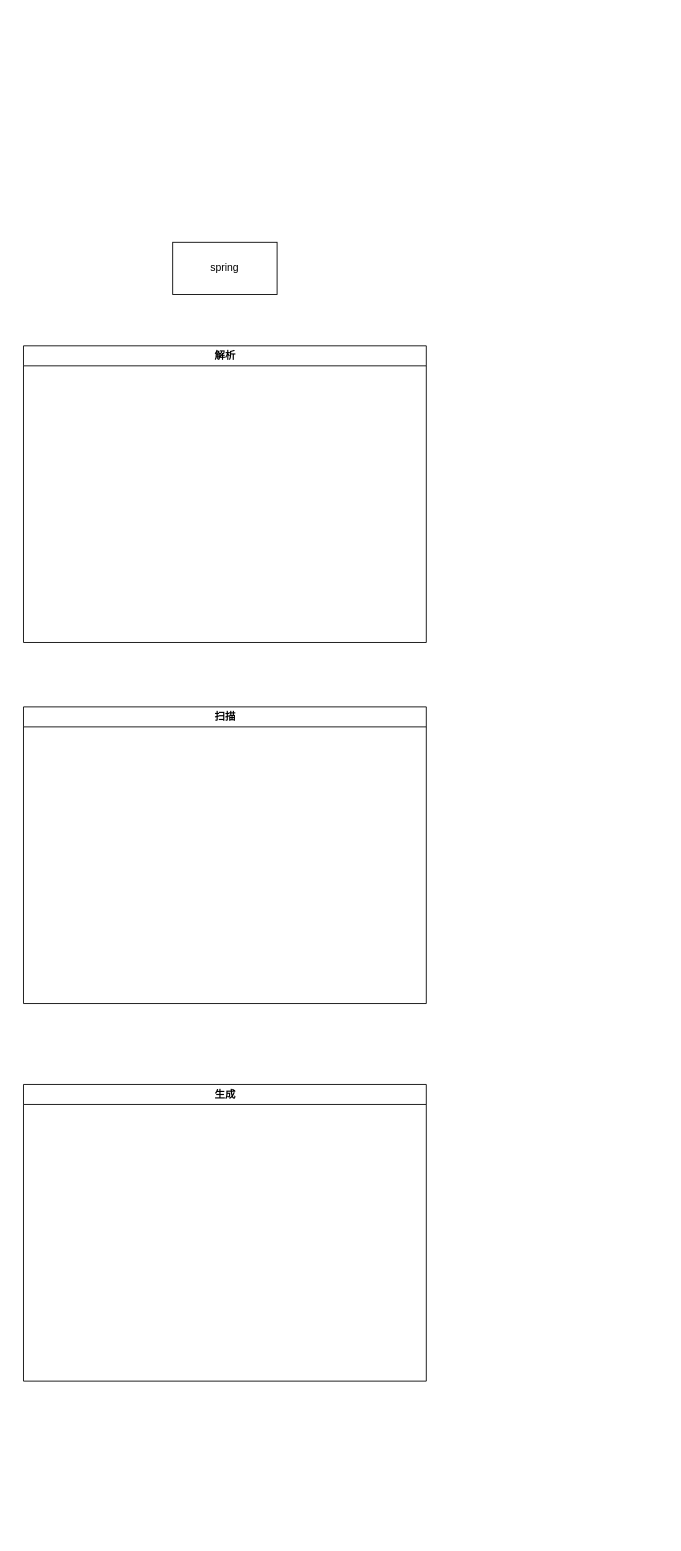
Earlier version of the draw.io diagram spring全家桶/spring.drawio (kangkangbs/draw). Source tidied: cells renumbered, new cells numbered last; positions are measured from the earlier drawing's top-left corner, leaving out a move shared by most shapes. Both pictures are drawn from the tidied source at 87%, with x=0, y=0 at pixel (23, 242).
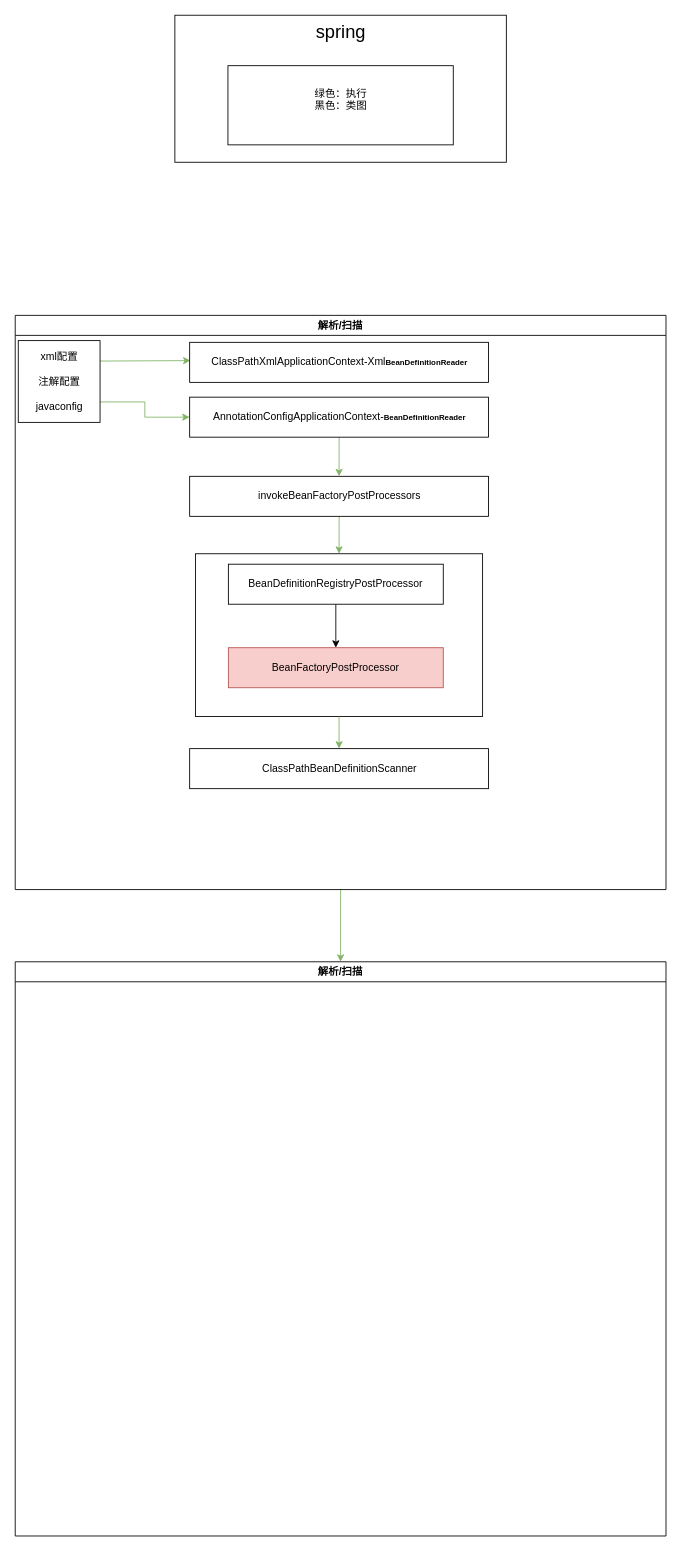
The same diagram, later.

Change to the diagram source:
```diff
@@
-    <mxCell id="2" value="spring" style="rounded=0;whiteSpace=wrap;html=1;" parent="1" vertex="1">
-      <mxGeometry x="172" width="120" height="60" as="geometry" />
+    <mxCell id="2" value="&lt;font style=&quot;font-size: 21px;&quot;&gt;spring&lt;/font&gt;" style="rounded=0;whiteSpace=wrap;html=1;align=center;verticalAlign=top;" parent="1" vertex="1">
+      <mxGeometry x="174.5" y="-261" width="381" height="169" as="geometry" />
     </mxCell>
+    <mxCell id="6" style="edgeStyle=orthogonalEdgeStyle;rounded=0;jettySize=auto;html=1;entryX=0.5;entryY=0;entryDx=0;entryDy=0;fillColor=#d5e8d4;strokeColor=#82b366;" parent="1" edge="1" source="3" target="22">
+      <mxGeometry relative="1" as="geometry" />
+    </mxCell>
-    <mxCell id="3" value="解析" style="swimlane;whiteSpace=wrap;html=1;" parent="1" vertex="1">
-      <mxGeometry x="0.5" y="119" width="463" height="341" as="geometry" />
+    <mxCell id="3" value="解析/扫描" style="swimlane;whiteSpace=wrap;html=1;" parent="1" vertex="1">
+      <mxGeometry x="-9" y="84" width="748" height="660" as="geometry" />
     </mxCell>
-    <mxCell id="4" value="生成" style="swimlane;whiteSpace=wrap;html=1;startSize=23;" parent="1" vertex="1">
-      <mxGeometry x="0.5" y="968" width="463" height="341" as="geometry" />
-    </mxCell>
-    <mxCell id="5" value="扫描" style="swimlane;whiteSpace=wrap;html=1;" parent="1" vertex="1">
-      <mxGeometry x="0.5" y="534" width="463" height="341" as="geometry" />
-    </mxCell>
+    <mxCell id="7" style="edgeStyle=orthogonalEdgeStyle;rounded=0;jettySize=auto;html=1;exitX=1;exitY=0.25;exitDx=0;exitDy=0;entryX=0;entryY=0.5;entryDx=0;entryDy=0;fillColor=#d5e8d4;strokeColor=#82b366;" parent="3" edge="1" source="9">
+      <mxGeometry relative="1" as="geometry">
+        <mxPoint x="201.5" y="52" as="targetPoint" />
+      </mxGeometry>
+    </mxCell>
+    <mxCell id="8" style="edgeStyle=orthogonalEdgeStyle;rounded=0;jettySize=auto;html=1;exitX=1;exitY=0.75;exitDx=0;exitDy=0;entryX=0;entryY=0.5;entryDx=0;entryDy=0;fillColor=#d5e8d4;strokeColor=#82b366;" parent="3" edge="1" source="9" target="11">
+      <mxGeometry relative="1" as="geometry" />
+    </mxCell>
+    <mxCell id="9" value="xml配置&lt;div&gt;&lt;br&gt;&lt;/div&gt;&lt;div&gt;注解配置&lt;/div&gt;&lt;div&gt;&lt;br&gt;&lt;/div&gt;&lt;div&gt;javaconfig&lt;/div&gt;" style="whiteSpace=wrap;html=1;" parent="3" vertex="1">
+      <mxGeometry x="3.5" y="29" width="94" height="94" as="geometry" />
+    </mxCell>
+    <mxCell id="10" style="edgeStyle=orthogonalEdgeStyle;rounded=0;jettySize=auto;html=1;entryX=0.5;entryY=0;entryDx=0;entryDy=0;fillColor=#d5e8d4;strokeColor=#82b366;" parent="3" edge="1" source="11" target="14">
+      <mxGeometry relative="1" as="geometry" />
+    </mxCell>
+    <mxCell id="11" value="AnnotationConfigApplicationContext-&lt;span style=&quot;font-family: &amp;quot;Microsoft YaHei&amp;quot;, STXihei; font-size: 9px; font-weight: 700; white-space-collapse: preserve;&quot;&gt;BeanDefinitionReader&lt;/span&gt;" style="rounded=0;whiteSpace=wrap;html=1;" parent="3" vertex="1">
+      <mxGeometry x="200.5" y="94" width="343.5" height="46" as="geometry" />
+    </mxCell>
+    <mxCell id="12" value="ClassPathXmlApplicationContext-Xml&lt;span style=&quot;font-family: &amp;quot;Microsoft YaHei&amp;quot;, STXihei; font-size: 9px; font-weight: 700; white-space-collapse: preserve;&quot;&gt;BeanDefinitionReader&lt;/span&gt;" style="rounded=0;whiteSpace=wrap;html=1;" parent="3" vertex="1">
+      <mxGeometry x="200.5" y="31" width="343.5" height="46" as="geometry" />
+    </mxCell>
+    <mxCell id="13" style="edgeStyle=orthogonalEdgeStyle;rounded=0;jettySize=auto;html=1;entryX=0.5;entryY=0;entryDx=0;entryDy=0;fillColor=#d5e8d4;strokeColor=#82b366;" parent="3" edge="1" source="14" target="16">
+      <mxGeometry relative="1" as="geometry" />
+    </mxCell>
+    <mxCell id="14" value="invokeBeanFactoryPostProcessors" style="rounded=0;whiteSpace=wrap;html=1;" parent="3" vertex="1">
+      <mxGeometry x="200.5" y="185" width="343.5" height="46" as="geometry" />
+    </mxCell>
+    <mxCell id="15" style="group;" parent="3" vertex="1">
+      <mxGeometry x="207.2" y="274" width="330" height="187" as="geometry" />
+    </mxCell>
+    <mxCell id="16" style="rounded=0;whiteSpace=wrap;html=1;" parent="15" vertex="1">
+      <mxGeometry width="330" height="187" as="geometry" />
+    </mxCell>
+    <mxCell id="17" style="edgeStyle=orthogonalEdgeStyle;rounded=0;jettySize=auto;html=1;" parent="15" edge="1" source="18" target="19">
+      <mxGeometry relative="1" as="geometry" />
+    </mxCell>
+    <mxCell id="18" value="BeanDefinitionRegistryPostProcessor" style="rounded=0;whiteSpace=wrap;html=1;" parent="15" vertex="1">
+      <mxGeometry x="37.8" y="12" width="247" height="46" as="geometry" />
+    </mxCell>
+    <mxCell id="19" value="BeanFactoryPostProcessor" style="rounded=0;whiteSpace=wrap;html=1;fillColor=#f8cecc;strokeColor=#b85450;" parent="15" vertex="1">
+      <mxGeometry x="37.8" y="108" width="247" height="46" as="geometry" />
+    </mxCell>
+    <mxCell id="20" value="ClassPathBeanDefinitionScanner" style="rounded=0;whiteSpace=wrap;html=1;" parent="3" vertex="1">
+      <mxGeometry x="200.5" y="498" width="343.5" height="46" as="geometry" />
+    </mxCell>
+    <mxCell id="21" style="edgeStyle=orthogonalEdgeStyle;rounded=0;jettySize=auto;html=1;fillColor=#d5e8d4;strokeColor=#82b366;" parent="3" edge="1" source="16" target="20">
+      <mxGeometry relative="1" as="geometry" />
+    </mxCell>
+    <mxCell id="22" value="解析/扫描" style="swimlane;whiteSpace=wrap;html=1;" parent="1" vertex="1">
+      <mxGeometry x="-9" y="827" width="748" height="660" as="geometry" />
+    </mxCell>
+    <mxCell id="23" value="绿色：执行&lt;div&gt;黑色：类图&lt;/div&gt;&lt;div&gt;&lt;br&gt;&lt;/div&gt;" style="rounded=0;whiteSpace=wrap;html=1;" parent="1" vertex="1">
+      <mxGeometry x="235.5" y="-203" width="259" height="91" as="geometry" />
+    </mxCell>
```
